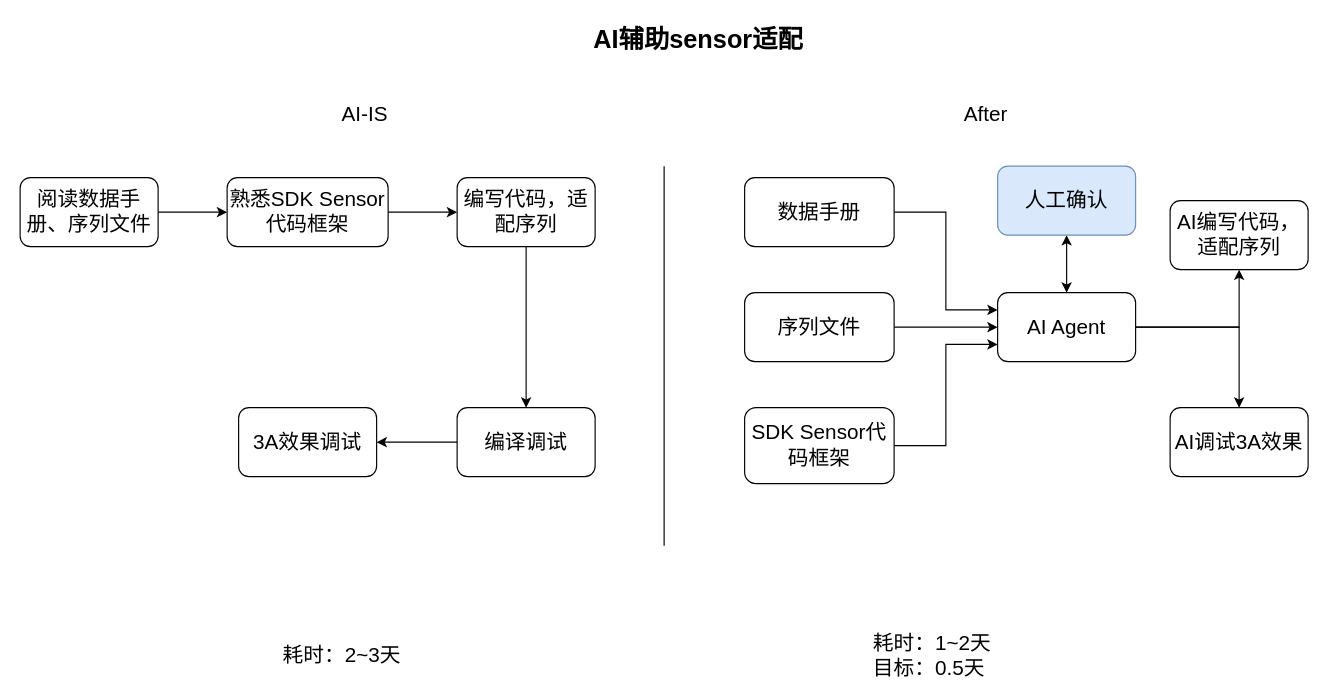
This is page "sensor适配" (4 of 8) of 未命名绘图.drawio from halfmonth/record, a draw.io file, before an edit. Source tidied: cells renumbered, new cells numbered last; positions are measured from the earlier drawing's top-left corner, leaving out a move shared by most shapes. Both pictures are drawn from the tidied source at 115%, with x=0, y=0 at pixel (20, 23).
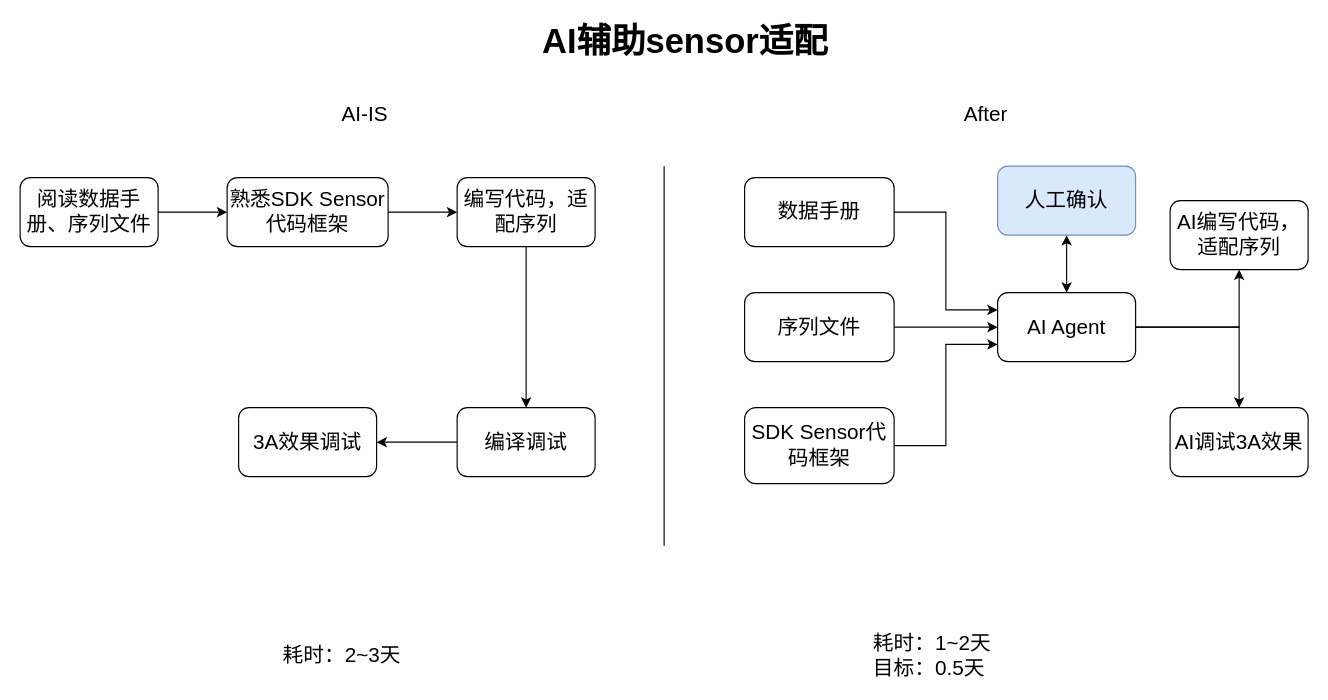
The same page after the edit.

What changed in the source:
```diff
@@
-    <mxCell id="29" value="&lt;font style=&quot;font-size: 22px;&quot;&gt;&lt;b&gt;AI辅助sensor适配&lt;/b&gt;&lt;/font&gt;" style="text;html=1;whiteSpace=wrap;strokeColor=none;fillColor=none;align=center;verticalAlign=middle;rounded=0;" parent="1" vertex="1">
-      <mxGeometry x="490" width="200" height="30" as="geometry" />
+    <mxCell id="29" value="&lt;font style=&quot;font-size: 30px;&quot;&gt;&lt;b style=&quot;&quot;&gt;AI辅助sensor适配&lt;/b&gt;&lt;/font&gt;" style="text;html=1;whiteSpace=wrap;strokeColor=none;fillColor=none;align=center;verticalAlign=middle;rounded=0;" parent="1" vertex="1">
+      <mxGeometry x="449" width="259" height="30" as="geometry" />
     </mxCell>
```
